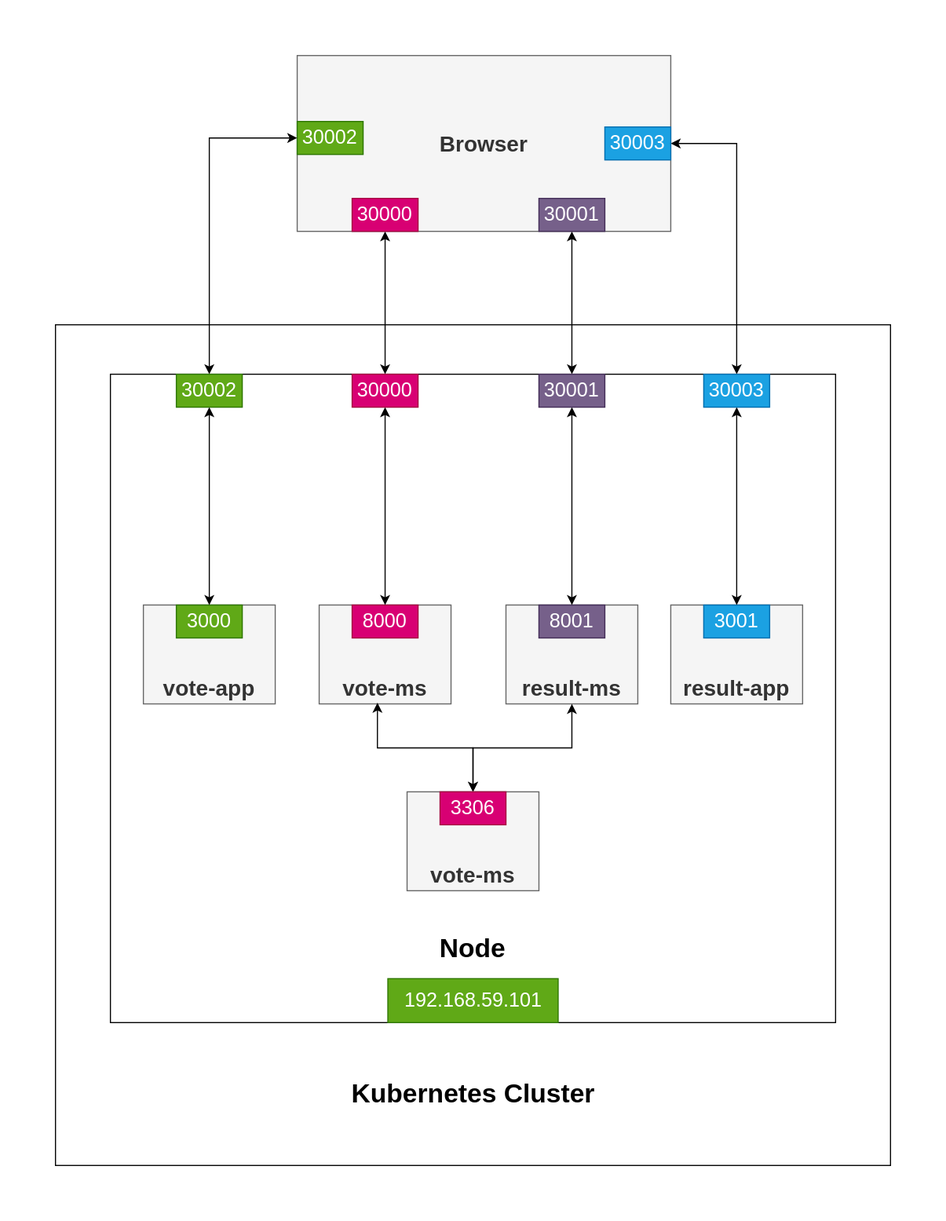
Before: 02_microservice/images/cluster.svg, a diagram exported from draw.io (s1n7ax/kt-kubernetes). Source tidied: cells renumbered, new cells last; positions are measured from the earlier drawing's top-left corner, leaving out a move shared by most shapes.
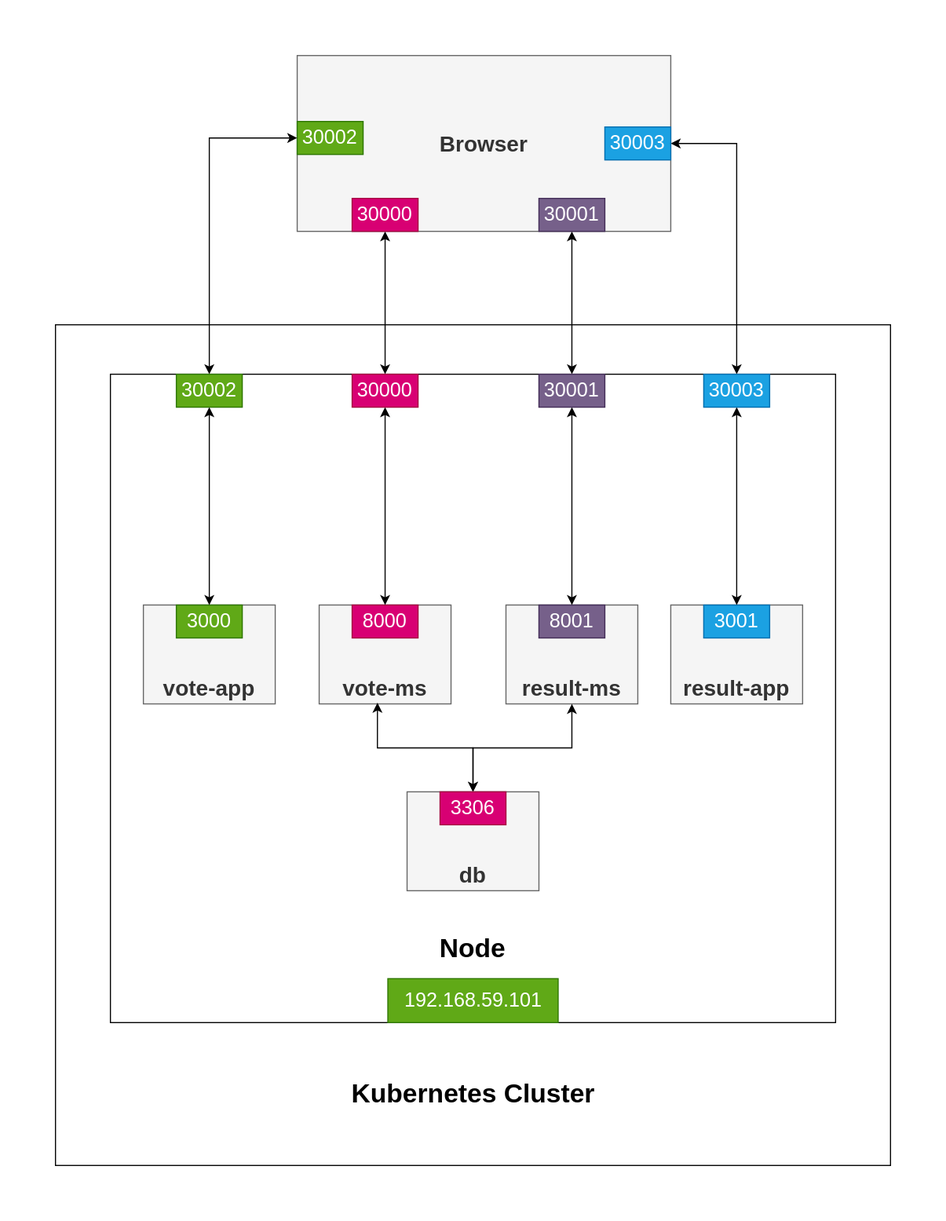
The same file after the commit.

Diff of the diagram source:
```diff
@@ -99,7 +99,7 @@
     <mxCell id="32" style="edgeStyle=orthogonalEdgeStyle;rounded=0;jettySize=auto;html=1;fontSize=18;fontColor=default;startArrow=classic;startFill=1;" parent="1" edge="1" source="33" target="5">
       <mxGeometry relative="1" as="geometry" />
     </mxCell>
-    <mxCell id="33" value="vote-ms" style="rounded=0;whiteSpace=wrap;html=1;fontSize=20;verticalAlign=bottom;fontStyle=1;fillColor=#f5f5f5;fontColor=#333333;strokeColor=#666666;" parent="1" vertex="1">
+    <mxCell id="33" value="db" style="rounded=0;whiteSpace=wrap;html=1;fontSize=20;verticalAlign=bottom;fontStyle=1;fillColor=#f5f5f5;fontColor=#333333;strokeColor=#666666;" parent="1" vertex="1">
       <mxGeometry x="320" y="670" width="120" height="90" as="geometry" />
     </mxCell>
     <mxCell id="34" value="3306" style="text;html=1;strokeColor=#A50040;fillColor=#d80073;align=center;verticalAlign=middle;whiteSpace=wrap;rounded=0;fontSize=18;fontColor=#ffffff;" parent="1" vertex="1">
```
